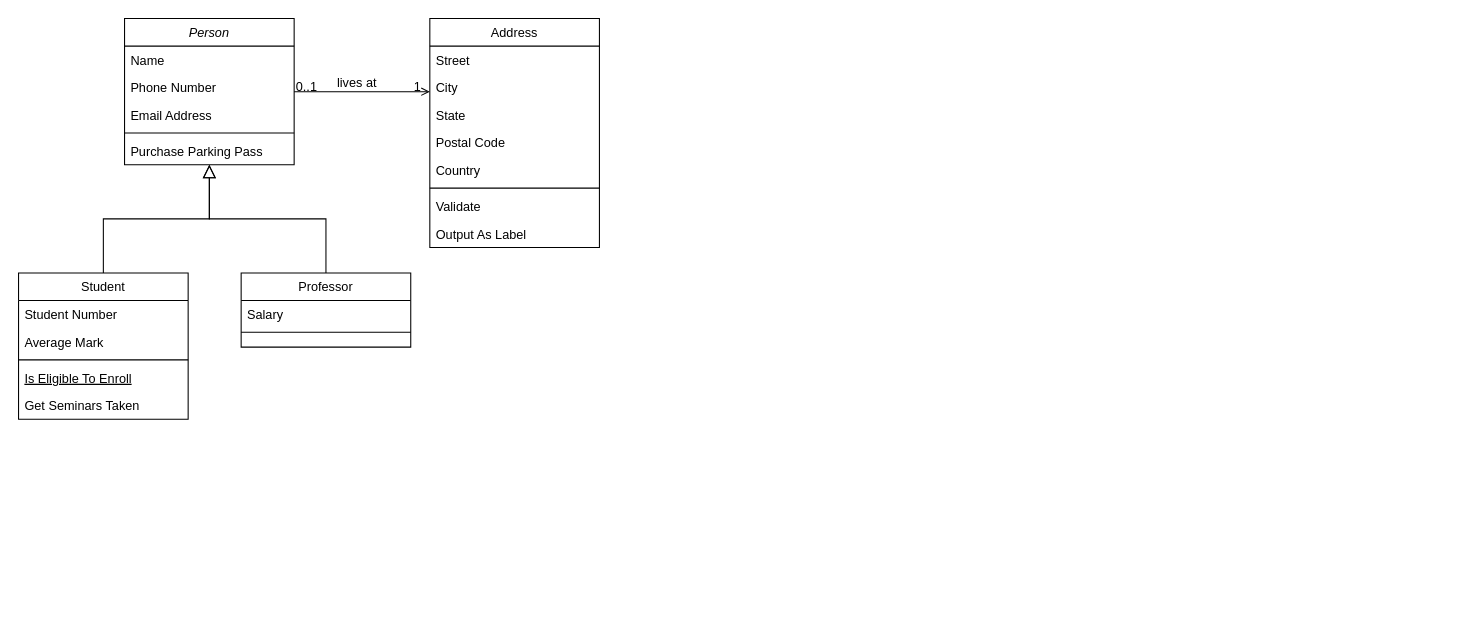
qf2020/drawio keeps this draw.io diagram as 计划管理模块类图.drawio. Above is the earlier version. Source tidied: cells renumbered, new cells numbered last; positions are measured from the earlier drawing's top-left corner, leaving out a move shared by most shapes. Both pictures are drawn from the tidied source at 106%, with x=0, y=0 at pixel (18, 18).
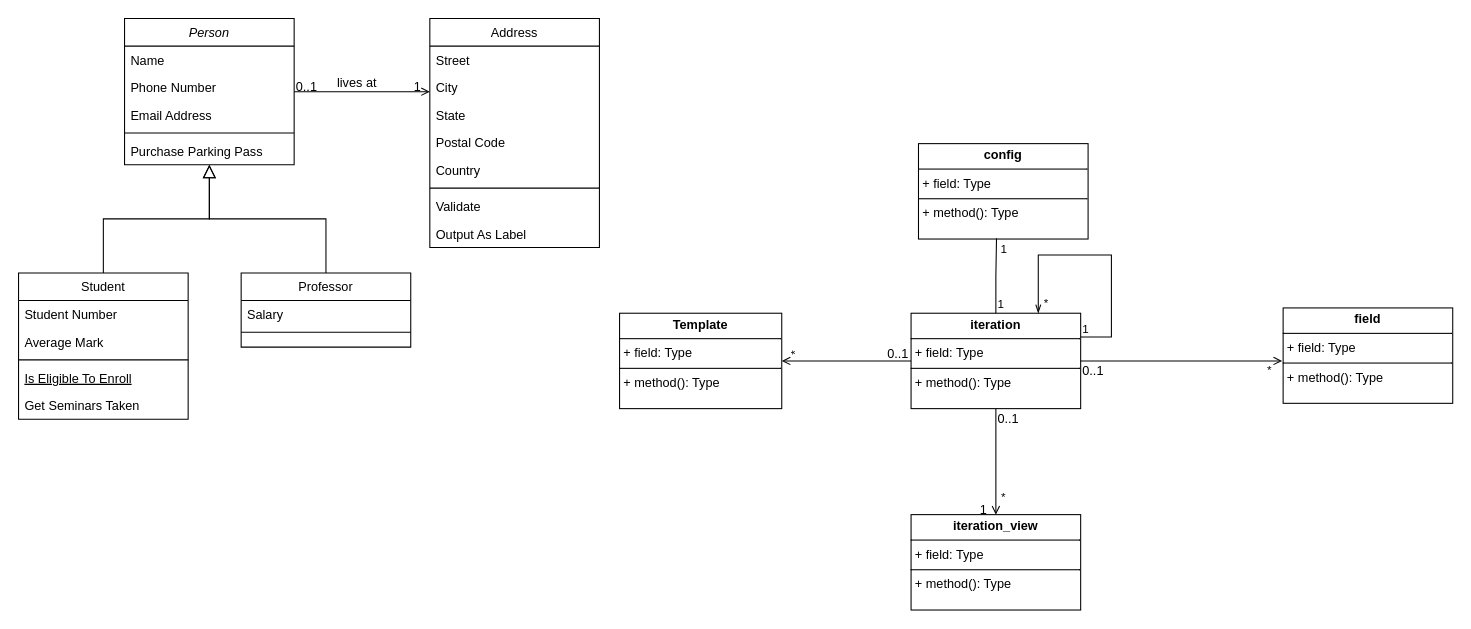
The same diagram, later.

Commit message:
更新计划管理模块类图.drawio

The edit, as a diff of the source:
```diff
@@
+    <mxCell id="32" value="&lt;p style=&quot;margin:0px;margin-top:4px;text-align:center;&quot;&gt;&lt;b&gt;iteration_view&lt;/b&gt;&lt;/p&gt;&lt;hr size=&quot;1&quot; style=&quot;border-style:solid;&quot;&gt;&lt;p style=&quot;margin:0px;margin-left:4px;&quot;&gt;+ field: Type&lt;/p&gt;&lt;hr size=&quot;1&quot; style=&quot;border-style:solid;&quot;&gt;&lt;p style=&quot;margin:0px;margin-left:4px;&quot;&gt;+ method(): Type&lt;/p&gt;" style="verticalAlign=top;align=left;overflow=fill;html=1;whiteSpace=wrap;" parent="1" vertex="1">
+      <mxGeometry x="842" y="468" width="160" height="90" as="geometry" />
+    </mxCell>
+    <mxCell id="33" value="&lt;p style=&quot;margin:0px;margin-top:4px;text-align:center;&quot;&gt;&lt;b&gt;iteration&lt;/b&gt;&lt;/p&gt;&lt;hr size=&quot;1&quot; style=&quot;border-style:solid;&quot;&gt;&lt;p style=&quot;margin:0px;margin-left:4px;&quot;&gt;+ field: Type&lt;/p&gt;&lt;hr size=&quot;1&quot; style=&quot;border-style:solid;&quot;&gt;&lt;p style=&quot;margin:0px;margin-left:4px;&quot;&gt;+ method(): Type&lt;/p&gt;" style="verticalAlign=top;align=left;overflow=fill;html=1;whiteSpace=wrap;" parent="1" vertex="1">
+      <mxGeometry x="842" y="278" width="160" height="90" as="geometry" />
+    </mxCell>
+    <mxCell id="34" value="&lt;p style=&quot;margin:0px;margin-top:4px;text-align:center;&quot;&gt;&lt;b&gt;field&lt;/b&gt;&lt;/p&gt;&lt;hr size=&quot;1&quot; style=&quot;border-style:solid;&quot;&gt;&lt;p style=&quot;margin:0px;margin-left:4px;&quot;&gt;+ field: Type&lt;/p&gt;&lt;hr size=&quot;1&quot; style=&quot;border-style:solid;&quot;&gt;&lt;p style=&quot;margin:0px;margin-left:4px;&quot;&gt;+ method(): Type&lt;/p&gt;" style="verticalAlign=top;align=left;overflow=fill;html=1;whiteSpace=wrap;" parent="1" vertex="1">
+      <mxGeometry x="1193" y="273" width="160" height="90" as="geometry" />
+    </mxCell>
+    <mxCell id="35" style="endArrow=open;shadow=0;strokeWidth=1;rounded=0;curved=0;endFill=1;edgeStyle=elbowEdgeStyle;elbow=vertical;entryX=0.5;entryY=0;entryDx=0;entryDy=0;exitX=0.5;exitY=1;exitDx=0;exitDy=0;" parent="1" edge="1" source="33" target="32">
+      <mxGeometry x="0.5" y="41" relative="1" as="geometry">
+        <mxPoint x="-40" y="32" as="offset" />
+      </mxGeometry>
+    </mxCell>
+    <mxCell id="36" value="0..1" style="align=left;verticalAlign=bottom;labelBackgroundColor=none;fontSize=12;" parent="35" vertex="1">
+      <mxGeometry x="-1" relative="1" as="geometry">
+        <mxPoint y="18" as="offset" />
+      </mxGeometry>
+    </mxCell>
+    <mxCell id="37" value="1" style="align=right;verticalAlign=bottom;labelBackgroundColor=none;fontSize=12;" parent="35" vertex="1">
+      <mxGeometry x="1" relative="1" as="geometry">
+        <mxPoint x="-7" y="4" as="offset" />
+      </mxGeometry>
+    </mxCell>
+    <mxCell id="38" value="*" style="edgeLabel;html=1;align=center;verticalAlign=middle;" parent="35" vertex="1">
+      <mxGeometry x="0.57" y="-3" relative="1" as="geometry">
+        <mxPoint x="9" y="5" as="offset" />
+      </mxGeometry>
+    </mxCell>
+    <mxCell id="39" value="&lt;p style=&quot;margin:0px;margin-top:4px;text-align:center;&quot;&gt;&lt;b&gt;config&lt;/b&gt;&lt;/p&gt;&lt;hr size=&quot;1&quot; style=&quot;border-style:solid;&quot;&gt;&lt;p style=&quot;margin:0px;margin-left:4px;&quot;&gt;+ field: Type&lt;/p&gt;&lt;hr size=&quot;1&quot; style=&quot;border-style:solid;&quot;&gt;&lt;p style=&quot;margin:0px;margin-left:4px;&quot;&gt;+ method(): Type&lt;/p&gt;" style="verticalAlign=top;align=left;overflow=fill;html=1;whiteSpace=wrap;" parent="1" vertex="1">
+      <mxGeometry x="849" y="118" width="160" height="90" as="geometry" />
+    </mxCell>
+    <mxCell id="40" value="&lt;p style=&quot;margin:0px;margin-top:4px;text-align:center;&quot;&gt;&lt;b&gt;Template&lt;/b&gt;&lt;/p&gt;&lt;hr size=&quot;1&quot; style=&quot;border-style:solid;&quot;&gt;&lt;p style=&quot;margin:0px;margin-left:4px;&quot;&gt;+ field: Type&lt;/p&gt;&lt;hr size=&quot;1&quot; style=&quot;border-style:solid;&quot;&gt;&lt;p style=&quot;margin:0px;margin-left:4px;&quot;&gt;+ method(): Type&lt;/p&gt;" style="verticalAlign=top;align=left;overflow=fill;html=1;whiteSpace=wrap;" parent="1" vertex="1">
+      <mxGeometry x="567" y="278" width="153" height="90" as="geometry" />
+    </mxCell>
+    <mxCell id="41" style="endArrow=open;shadow=0;strokeWidth=1;rounded=0;curved=0;endFill=1;edgeStyle=elbowEdgeStyle;elbow=vertical;exitX=1;exitY=0.5;exitDx=0;exitDy=0;entryX=-0.006;entryY=0.551;entryDx=0;entryDy=0;entryPerimeter=0;" parent="1" edge="1" source="33" target="34">
+      <mxGeometry x="0.5" y="41" relative="1" as="geometry">
+        <mxPoint x="-40" y="32" as="offset" />
+      </mxGeometry>
+    </mxCell>
+    <mxCell id="42" value="0..1" style="align=left;verticalAlign=bottom;labelBackgroundColor=none;fontSize=12;" parent="41" vertex="1">
+      <mxGeometry x="-1" relative="1" as="geometry">
+        <mxPoint y="18" as="offset" />
+      </mxGeometry>
+    </mxCell>
+    <mxCell id="43" value="*" style="edgeLabel;html=1;align=center;verticalAlign=middle;" parent="41" vertex="1">
+      <mxGeometry x="0.57" y="-3" relative="1" as="geometry">
+        <mxPoint x="27" y="5" as="offset" />
+      </mxGeometry>
+    </mxCell>
+    <mxCell id="44" style="endArrow=none;html=1;edgeStyle=orthogonalEdgeStyle;rounded=0;entryX=0.46;entryY=0.992;entryDx=0;entryDy=0;entryPerimeter=0;exitX=0.5;exitY=0;exitDx=0;exitDy=0;" parent="1" edge="1" source="33" target="39">
+      <mxGeometry relative="1" as="geometry" />
+    </mxCell>
+    <mxCell id="45" value="1" style="edgeLabel;html=1;align=left;verticalAlign=bottom;" parent="44" vertex="1">
+      <mxGeometry x="-1" relative="1" as="geometry" />
+    </mxCell>
+    <mxCell id="46" value="1" style="edgeLabel;html=1;align=right;verticalAlign=bottom;" parent="44" vertex="1">
+      <mxGeometry x="1" relative="1" as="geometry">
+        <mxPoint x="10" y="18" as="offset" />
+      </mxGeometry>
+    </mxCell>
+    <mxCell id="47" style="endArrow=open;shadow=0;strokeWidth=1;rounded=0;curved=0;endFill=1;edgeStyle=elbowEdgeStyle;elbow=vertical;entryX=1;entryY=0.5;entryDx=0;entryDy=0;exitX=0;exitY=0.5;exitDx=0;exitDy=0;" parent="1" edge="1" source="33" target="40">
+      <mxGeometry x="0.5" y="41" relative="1" as="geometry">
+        <mxPoint x="-40" y="32" as="offset" />
+      </mxGeometry>
+    </mxCell>
+    <mxCell id="48" value="*" style="edgeLabel;html=1;align=center;verticalAlign=middle;rotation=-90;" parent="47" vertex="1">
+      <mxGeometry x="0.57" y="-3" relative="1" as="geometry">
+        <mxPoint x="-14" y="-3" as="offset" />
+      </mxGeometry>
+    </mxCell>
+    <mxCell id="49" value="0..1" style="align=left;verticalAlign=bottom;labelBackgroundColor=none;fontSize=12;" parent="47" vertex="1">
+      <mxGeometry x="-1" relative="1" as="geometry">
+        <mxPoint x="-24" y="2" as="offset" />
+      </mxGeometry>
+    </mxCell>
+    <mxCell id="50" style="endArrow=openThin;html=1;edgeStyle=orthogonalEdgeStyle;rounded=0;exitX=1;exitY=0.25;exitDx=0;exitDy=0;endFill=0;" parent="1" edge="1" source="33">
+      <mxGeometry relative="1" as="geometry">
+        <mxPoint x="962" y="278" as="targetPoint" />
+        <Array as="points">
+          <mxPoint x="1031" y="301" />
+          <mxPoint x="1031" y="223" />
+          <mxPoint x="962" y="223" />
+        </Array>
+      </mxGeometry>
+    </mxCell>
+    <mxCell id="51" value="1" style="edgeLabel;html=1;align=left;verticalAlign=bottom;" parent="50" vertex="1">
+      <mxGeometry x="-1" relative="1" as="geometry" />
+    </mxCell>
+    <mxCell id="52" value="*" style="edgeLabel;html=1;align=right;verticalAlign=bottom;" parent="50" vertex="1">
+      <mxGeometry x="1" relative="1" as="geometry">
+        <mxPoint x="10" y="-2" as="offset" />
+      </mxGeometry>
+    </mxCell>
```
